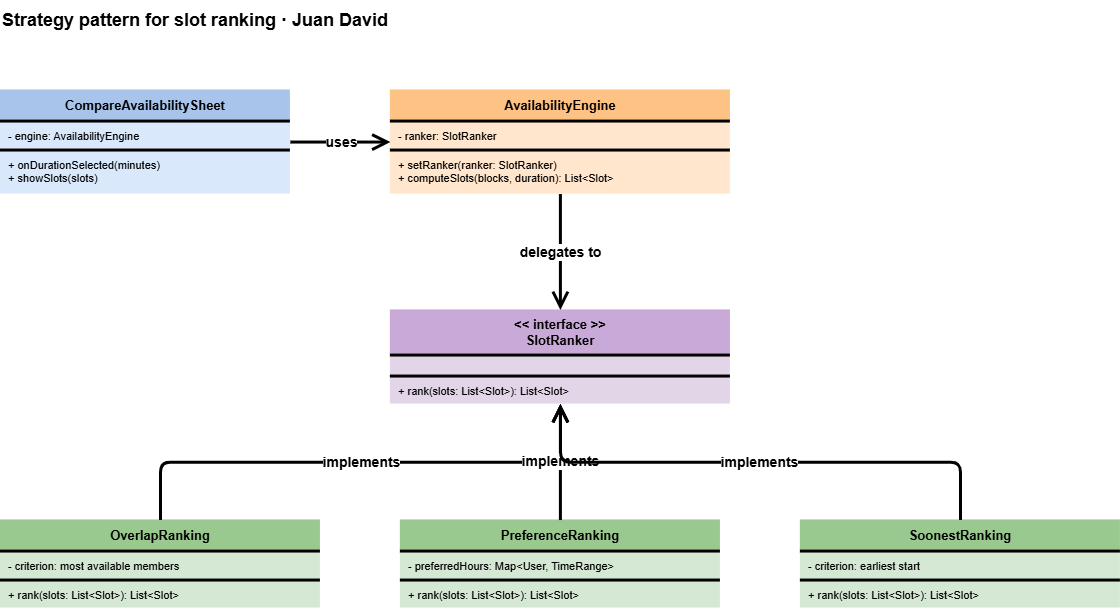
This is img/Strategypattern.png from CONSTR-APLICACIONES-MOVILES/Sprint-2-Java, a draw.io export, as it was before one commit. Source tidied: cells renumbered, new cells last; positions are measured from the earlier drawing's top-left corner, leaving out a move shared by most shapes.
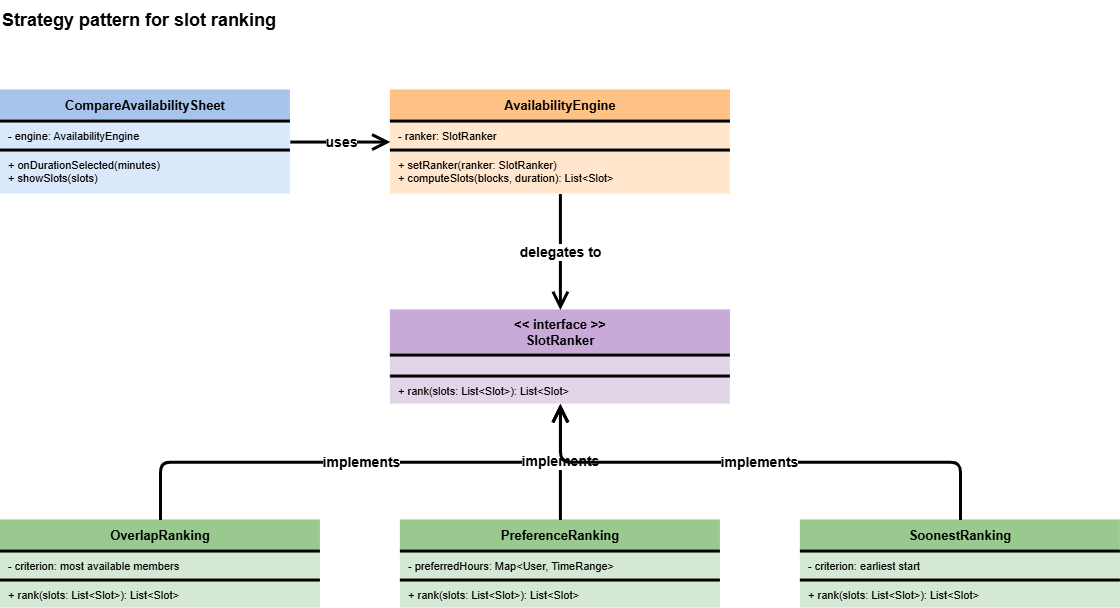
Above is the later version.

Change to the diagram source:
```diff
@@ -2,7 +2,7 @@
   <root>
     <mxCell id="0" />
     <mxCell id="1" parent="0" />
-    <mxCell id="2" value="Strategy pattern for slot ranking · Juan David" style="text;html=1;align=left;verticalAlign=middle;fontSize=18;fontStyle=1;fontColor=#000000;" parent="1" vertex="1">
+    <mxCell id="2" value="Strategy pattern for slot ranking" style="text;html=1;align=left;verticalAlign=middle;fontSize=18;fontStyle=1;fontColor=#000000;" parent="1" vertex="1">
       <mxGeometry width="1100" height="40" as="geometry" />
     </mxCell>
     <mxCell id="3" style="rounded=0;whiteSpace=wrap;html=1;fillColor=#DAE8FC;strokeColor=none;" parent="1" vertex="1">
```
